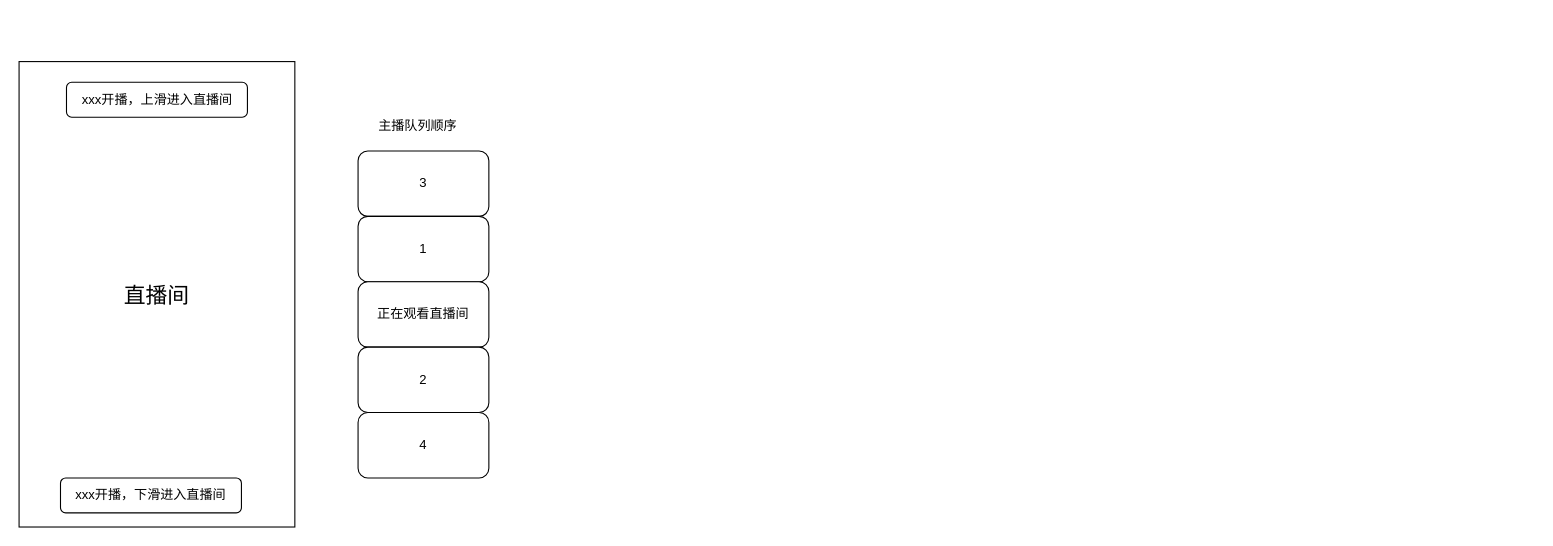
The draw.io diagram page "Page-2" (2 of 5) of 关注主播切换.drawio in cangwang/news, before the edit. Source tidied: cells renumbered, new cells numbered last; positions are measured from the earlier drawing's top-left corner, leaving out a move shared by most shapes. Both pictures are drawn from the tidied source at 109%, with x=0, y=0 at pixel (19, 61).
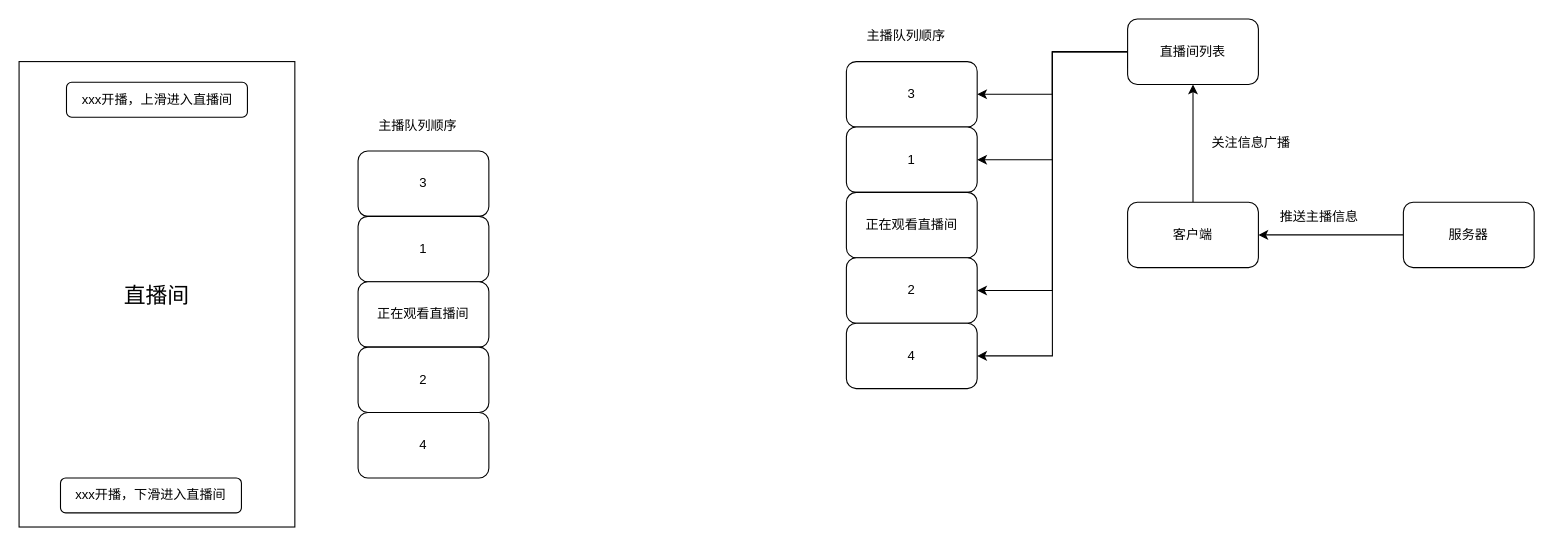
After the change.

What changed in the source:
```diff
@@
+    <mxCell id="11" style="edgeStyle=orthogonalEdgeStyle;rounded=0;jettySize=auto;html=1;exitX=0;exitY=0.5;exitDx=0;exitDy=0;entryX=1;entryY=0.5;entryDx=0;entryDy=0;" parent="1" edge="1" source="12" target="19">
+      <mxGeometry relative="1" as="geometry" />
+    </mxCell>
+    <mxCell id="12" value="服务器" style="rounded=1;whiteSpace=wrap;html=1;" parent="1" vertex="1">
+      <mxGeometry x="1270" y="129" width="120" height="60" as="geometry" />
+    </mxCell>
+    <mxCell id="13" style="edgeStyle=orthogonalEdgeStyle;rounded=0;jettySize=auto;html=1;exitX=0;exitY=0.5;exitDx=0;exitDy=0;entryX=1;entryY=0.5;entryDx=0;entryDy=0;" parent="1" edge="1" source="17" target="22">
+      <mxGeometry relative="1" as="geometry" />
+    </mxCell>
+    <mxCell id="14" style="edgeStyle=orthogonalEdgeStyle;rounded=0;jettySize=auto;html=1;exitX=0;exitY=0.75;exitDx=0;exitDy=0;entryX=1;entryY=0.5;entryDx=0;entryDy=0;" parent="1" edge="1" source="17" target="24">
+      <mxGeometry relative="1" as="geometry">
+        <Array as="points">
+          <mxPoint x="1017" y="-9" />
+          <mxPoint x="948" y="-9" />
+          <mxPoint x="948" y="210" />
+        </Array>
+      </mxGeometry>
+    </mxCell>
+    <mxCell id="15" style="edgeStyle=orthogonalEdgeStyle;rounded=0;jettySize=auto;html=1;exitX=0;exitY=0.5;exitDx=0;exitDy=0;" parent="1" edge="1" source="17" target="21">
+      <mxGeometry relative="1" as="geometry" />
+    </mxCell>
+    <mxCell id="16" style="edgeStyle=orthogonalEdgeStyle;rounded=0;jettySize=auto;html=1;exitX=0;exitY=0.5;exitDx=0;exitDy=0;entryX=1;entryY=0.5;entryDx=0;entryDy=0;" parent="1" edge="1" source="17" target="25">
+      <mxGeometry relative="1" as="geometry" />
+    </mxCell>
+    <mxCell id="17" value="直播间列表" style="rounded=1;whiteSpace=wrap;html=1;" parent="1" vertex="1">
+      <mxGeometry x="1017" y="-39" width="120" height="60" as="geometry" />
+    </mxCell>
+    <mxCell id="18" style="edgeStyle=orthogonalEdgeStyle;rounded=0;jettySize=auto;html=1;exitX=0.5;exitY=0;exitDx=0;exitDy=0;" parent="1" edge="1" source="19" target="17">
+      <mxGeometry relative="1" as="geometry" />
+    </mxCell>
+    <mxCell id="19" value="客户端" style="rounded=1;whiteSpace=wrap;html=1;" parent="1" vertex="1">
+      <mxGeometry x="1017" y="129" width="120" height="60" as="geometry" />
+    </mxCell>
+    <mxCell id="20" value="关注信息广播" style="text;html=1;strokeColor=none;fillColor=none;align=center;verticalAlign=middle;whiteSpace=wrap;rounded=0;" parent="1" vertex="1">
+      <mxGeometry x="1089" y="65" width="83" height="20" as="geometry" />
+    </mxCell>
+    <mxCell id="21" value="3" style="rounded=1;whiteSpace=wrap;html=1;" parent="1" vertex="1">
+      <mxGeometry x="759" width="120" height="60" as="geometry" />
+    </mxCell>
+    <mxCell id="22" value="1" style="rounded=1;whiteSpace=wrap;html=1;" parent="1" vertex="1">
+      <mxGeometry x="759" y="60" width="120" height="60" as="geometry" />
+    </mxCell>
+    <mxCell id="23" value="正在观看直播间" style="rounded=1;whiteSpace=wrap;html=1;" parent="1" vertex="1">
+      <mxGeometry x="759" y="120" width="120" height="60" as="geometry" />
+    </mxCell>
+    <mxCell id="24" value="2" style="rounded=1;whiteSpace=wrap;html=1;" parent="1" vertex="1">
+      <mxGeometry x="759" y="180" width="120" height="60" as="geometry" />
+    </mxCell>
+    <mxCell id="25" value="4" style="rounded=1;whiteSpace=wrap;html=1;" parent="1" vertex="1">
+      <mxGeometry x="759" y="240" width="120" height="60" as="geometry" />
+    </mxCell>
+    <mxCell id="26" value="主播队列顺序" style="text;html=1;strokeColor=none;fillColor=none;align=center;verticalAlign=middle;whiteSpace=wrap;rounded=0;" parent="1" vertex="1">
+      <mxGeometry x="772" y="-33" width="84" height="20" as="geometry" />
+    </mxCell>
+    <mxCell id="27" value="推送主播信息" style="text;html=1;strokeColor=none;fillColor=none;align=center;verticalAlign=middle;whiteSpace=wrap;rounded=0;" parent="1" vertex="1">
+      <mxGeometry x="1153" y="133" width="80" height="20" as="geometry" />
+    </mxCell>
```
